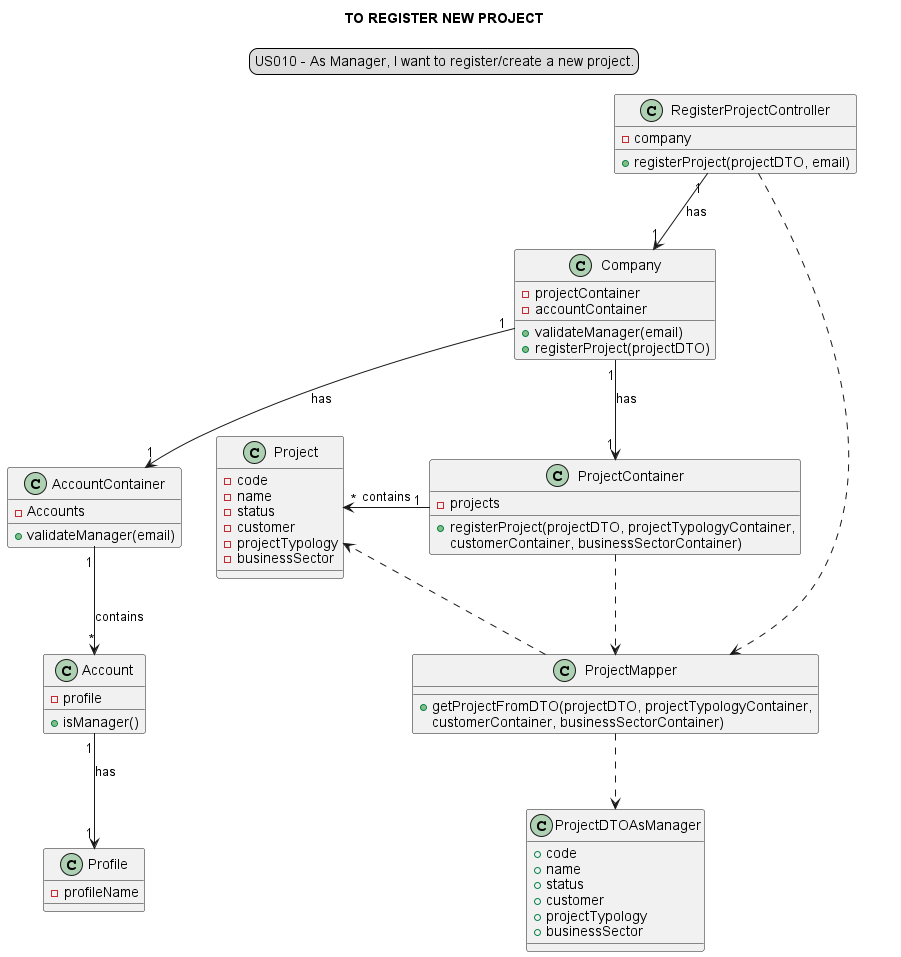
Above: docs/modelling_design/user_stories/sprint02/us010/US010_classDiagram-TO_REGISTER_NEW_PROJECT.png in Loracline/project_switch_22-23 (PlantUML), before the change.
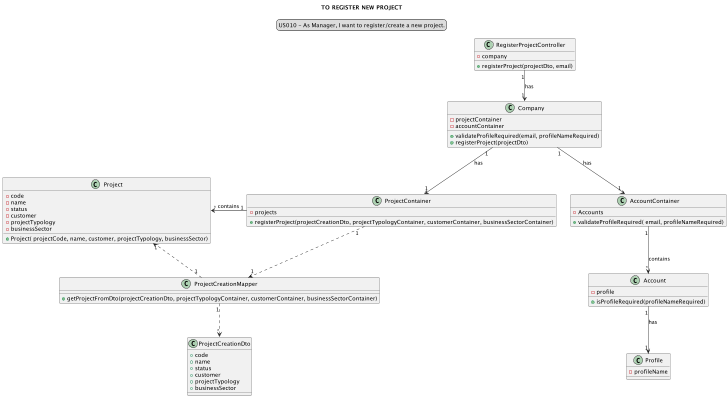
The same diagram one commit later.

Diff of the diagram source:
```diff
@@ -8,23 +8,23 @@
 
 class RegisterProjectController {
 - company
-+ registerProject(projectDTO, email)
++ registerProject(projectDto, email)
 }
 
 
 class Company {
 - projectContainer
 - accountContainer
-+ validateManager(email)
-+ registerProject(projectDTO)
++ validateProfileRequired(email, profileNameRequired)
++ registerProject(projectDto)
 }
 class AccountContainer {
-+ validateManager(email)
 - Accounts
++ validateProfileRequired( email, profileNameRequired)
 }
 
 class Account {
-+ isManager()
++ isProfileRequired(profileNameRequired)
 - profile
 }
 
@@ -34,16 +34,13 @@
 
 class ProjectContainer {
 - projects
-+ registerProject(projectDTO, projectTypologyContainer,
-customerContainer, businessSectorContainer)
++ registerProject(projectCreationDto, projectTypologyContainer, customerContainer, businessSectorContainer)
 }
 
-class ProjectMapper{
-+ getProjectFromDTO(projectDTO, projectTypologyContainer,
-                                customerContainer, businessSectorContainer)
+class ProjectCreationMapper{
++ getProjectFromDto(projectCreationDto, projectTypologyContainer, customerContainer, businessSectorContainer)
 }
-
-class ProjectDTOAsManager{
+class ProjectCreationDto{
 + code
 + name
 + status
@@ -59,6 +56,7 @@
 - customer
 - projectTypology
 - businessSector
++Project( projectCode, name, customer, projectTypology, businessSector)
 }
 
 RegisterProjectController "1"-->"1" Company: has
@@ -66,9 +64,9 @@
 Company "1"-->"1" AccountContainer: has
 AccountContainer "1"-->"*" Account: contains
 Account "1"-->"1" Profile: has
-ProjectMapper ..> ProjectDTOAsManager
-ProjectContainer ..> ProjectMapper
-RegisterProjectController ..> ProjectMapper
-ProjectMapper ..> Project
 ProjectContainer "1" -left-> "*" Project: contains
+ProjectContainer "1" ..> "1" ProjectCreationMapper
+ProjectCreationMapper "1"..>"*" Project
+ProjectCreationMapper "1"..>"*" ProjectCreationDto
+
 @enduml
```
